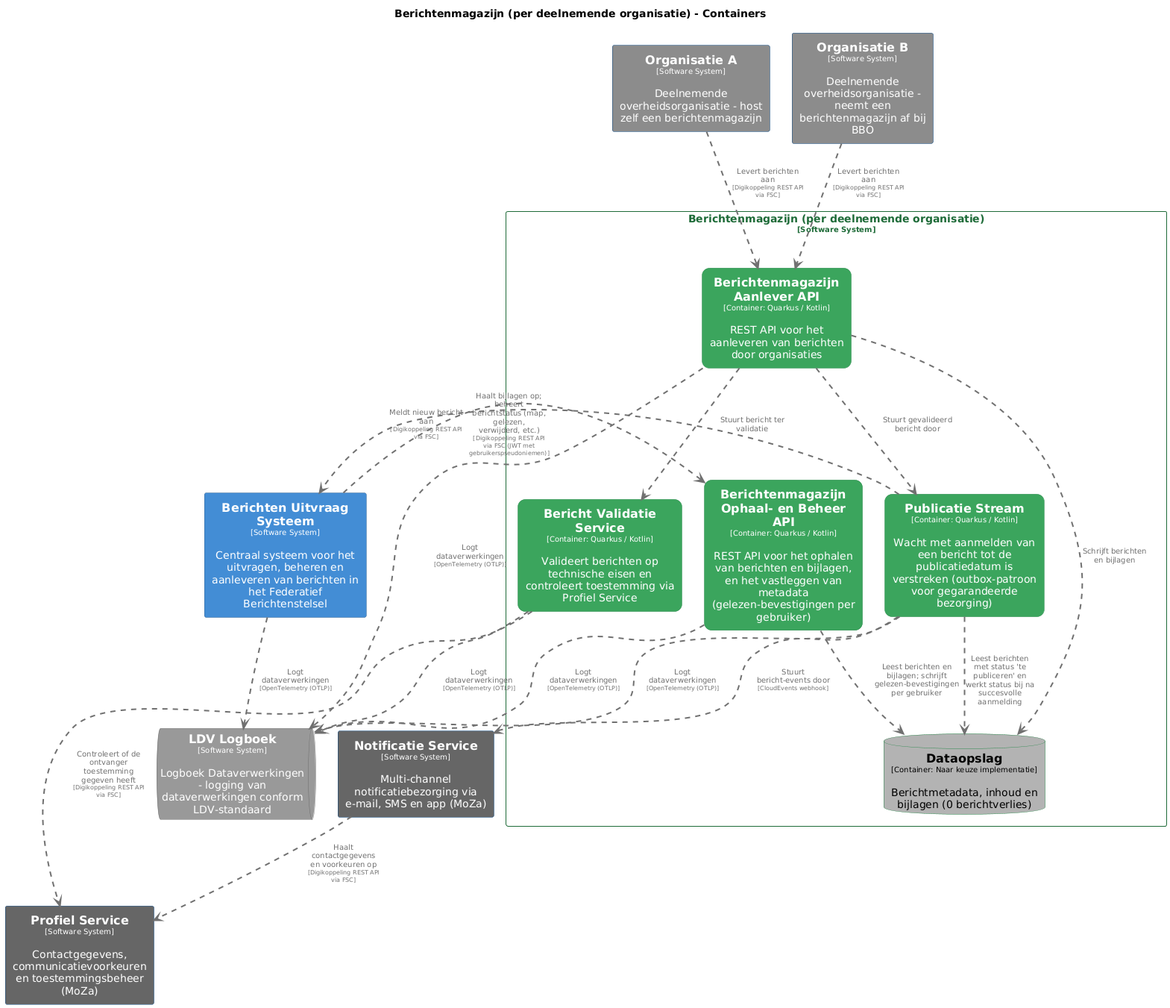
Earlier version of the PlantUML export pr-preview/pr-22/master/png/BerichtenmagazijnContainers.png (MinBZK/moza-poc-fbs-berichtenbox).
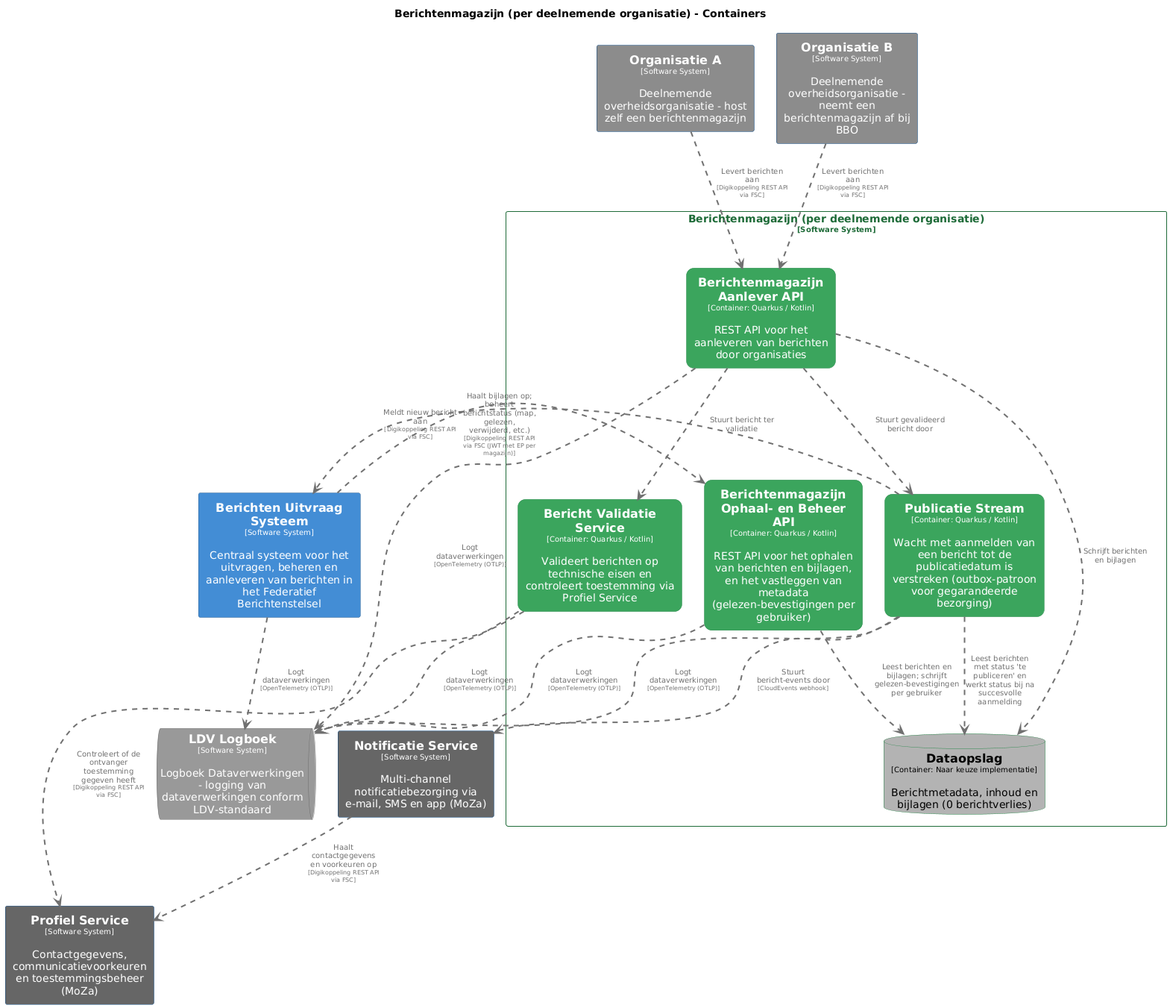
Later version of the same file.

What changed in the source:
```diff
@@ -116,7 +116,7 @@
 Berichtenmagazijnperdeelnemendeorganisatie.BerichtenmagazijnAanleverAPI .[#707070,thickness=2].> Berichtenmagazijnperdeelnemendeorganisatie.BerichtValidatieService : "<color:#707070>Stuurt bericht ter validatie"
 Berichtenmagazijnperdeelnemendeorganisatie.BerichtenmagazijnAanleverAPI .[#707070,thickness=2].> Berichtenmagazijnperdeelnemendeorganisatie.PublicatieStream : "<color:#707070>Stuurt gevalideerd bericht door"
 Berichtenmagazijnperdeelnemendeorganisatie.PublicatieStream .[#707070,thickness=2].> Berichtenmagazijnperdeelnemendeorganisatie.Dataopslag : "<color:#707070>Leest berichten met status 'te publiceren' en werkt status bij na succesvolle aanmelding"
-BerichtenUitvraagSysteem .[#707070,thickness=2].> Berichtenmagazijnperdeelnemendeorganisatie.BerichtenmagazijnOphaalenBeheerAPI : "<color:#707070>Haalt bijlagen op; beheert berichtstatus (map, gelezen, verwijderd, etc.)\n<color:#707070><size:8>[Digikoppeling REST API via FSC (JWT met gebruikerspseudoniemen)]</size>"
+BerichtenUitvraagSysteem .[#707070,thickness=2].> Berichtenmagazijnperdeelnemendeorganisatie.BerichtenmagazijnOphaalenBeheerAPI : "<color:#707070>Haalt bijlagen op; beheert berichtstatus (map, gelezen, verwijderd, etc.)\n<color:#707070><size:8>[Digikoppeling REST API via FSC (JWT met EP per magazijn)]</size>"
 Berichtenmagazijnperdeelnemendeorganisatie.PublicatieStream .[#707070,thickness=2].> BerichtenUitvraagSysteem : "<color:#707070>Meldt nieuw bericht aan\n<color:#707070><size:8>[Digikoppeling REST API via FSC]</size>"
 Berichtenmagazijnperdeelnemendeorganisatie.PublicatieStream .[#707070,thickness=2].> NotificatieService : "<color:#707070>Stuurt bericht-events door\n<color:#707070><size:8>[CloudEvents webhook]</size>"
 NotificatieService .[#707070,thickness=2].> ProfielService : "<color:#707070>Haalt contactgegevens en voorkeuren op\n<color:#707070><size:8>[Digikoppeling REST API via FSC]</size>"
```
